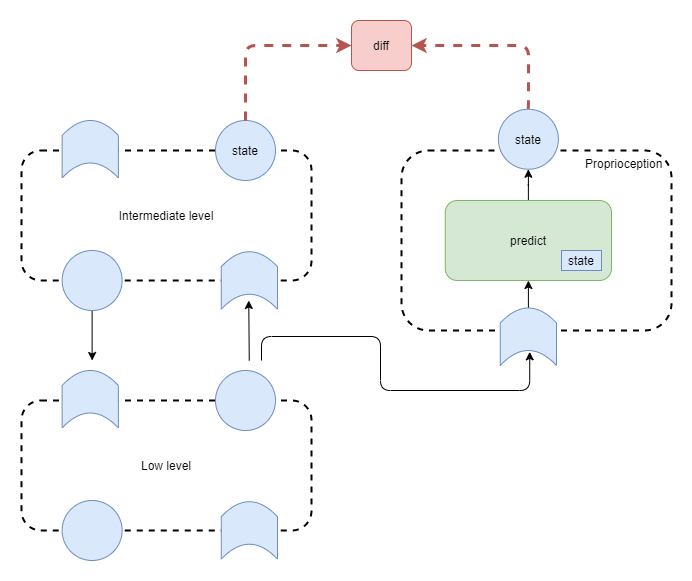
This is files/An-agi-architecture-v1-proprioception.png from malcolmlett/malcolmlett.github.io, a draw.io export, as it was before one commit. Source tidied: cells renumbered, new cells last; positions are measured from the earlier drawing's top-left corner, leaving out a move shared by most shapes.
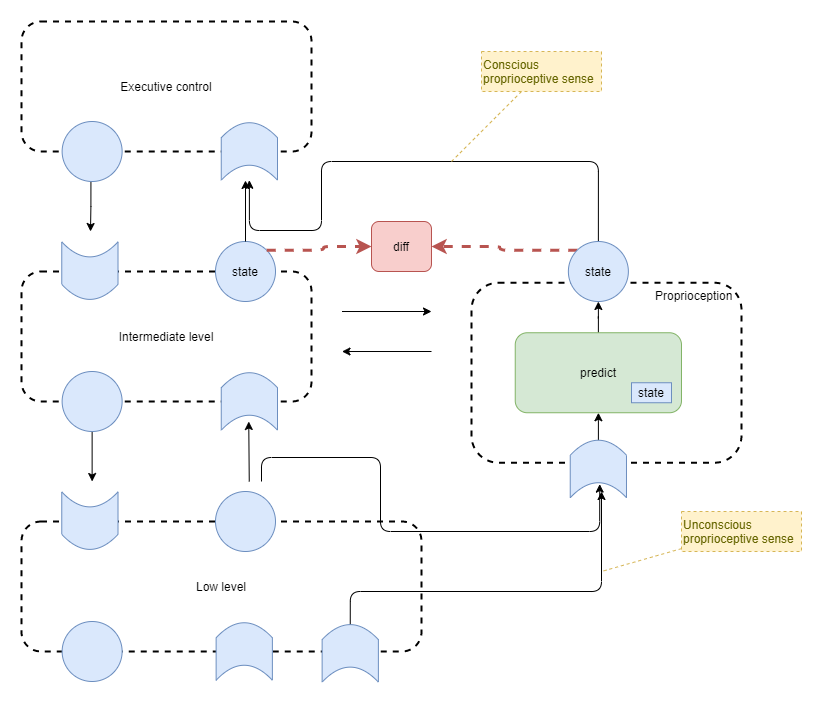
Later version of the same file.

Commit message:
Proprioception section

What changed in the source:
```diff
@@ -25,23 +25,23 @@
     <mxCell id="7" style="shape=dataStorage;whiteSpace=wrap;html=1;fixedSize=1;rounded=1;strokeWidth=1;fillColor=#dae8fc;strokeColor=#6c8ebf;rotation=90;size=15;horizontal=1;" parent="1" vertex="1">
       <mxGeometry x="199.1" y="231.9" width="57.5" height="56.2" as="geometry" />
     </mxCell>
-    <mxCell id="8" style="group;" parent="1" vertex="1">
+    <mxCell id="8" style="group;rotation=-180;" parent="1" vertex="1">
       <mxGeometry x="40.6" y="100" width="56.2" height="57.5" as="geometry" />
     </mxCell>
-    <mxCell id="9" style="shape=dataStorage;whiteSpace=wrap;html=1;fixedSize=1;rounded=1;strokeWidth=1;fillColor=#dae8fc;strokeColor=#6c8ebf;rotation=90;size=15;horizontal=1;" parent="8" vertex="1">
-      <mxGeometry x="-0.6" y="0.6" width="57.5" height="56.2" as="geometry" />
+    <mxCell id="9" style="shape=dataStorage;whiteSpace=wrap;html=1;fixedSize=1;rounded=1;strokeWidth=1;fillColor=#dae8fc;strokeColor=#6c8ebf;rotation=-90;size=15;horizontal=1;" parent="8" vertex="1">
+      <mxGeometry x="-1" y="1" width="57.5" height="56.2" as="geometry" />
     </mxCell>
-    <mxCell id="10" style="edgeStyle=orthogonalEdgeStyle;rounded=1;jettySize=auto;html=1;endArrow=classic;strokeWidth=3;fontSize=11;fontColor=#000000;exitX=0.5;exitY=0;exitDx=0;exitDy=0;dashed=1;strokeColor=#b85450;fillColor=#f8cecc;entryX=1;entryY=0.5;entryDx=0;entryDy=0;" parent="1" edge="1" source="20" target="12">
+    <mxCell id="10" style="edgeStyle=orthogonalEdgeStyle;rounded=1;jettySize=auto;html=1;endArrow=classic;strokeWidth=3;fontSize=11;fontColor=#000000;exitX=0;exitY=0;exitDx=0;exitDy=0;dashed=1;strokeColor=#b85450;fillColor=#f8cecc;entryX=1;entryY=0.5;entryDx=0;entryDy=0;" parent="1" edge="1" source="20" target="12">
       <mxGeometry relative="1" as="geometry" />
     </mxCell>
-    <mxCell id="11" style="edgeStyle=orthogonalEdgeStyle;jettySize=auto;html=1;endArrow=classic;strokeWidth=3;fontSize=11;fontColor=#000000;dashed=1;strokeColor=#b85450;fillColor=#f8cecc;rounded=1;exitX=0.5;exitY=0;exitDx=0;exitDy=0;entryX=0;entryY=0.5;entryDx=0;entryDy=0;" parent="1" edge="1" source="5" target="12">
+    <mxCell id="11" style="edgeStyle=orthogonalEdgeStyle;jettySize=auto;html=1;endArrow=classic;strokeWidth=3;fontSize=11;fontColor=#000000;dashed=1;strokeColor=#b85450;fillColor=#f8cecc;rounded=1;exitX=1;exitY=0;exitDx=0;exitDy=0;entryX=0;entryY=0.5;entryDx=0;entryDy=0;" parent="1" edge="1" source="5" target="12">
       <mxGeometry relative="1" as="geometry" />
     </mxCell>
     <mxCell id="12" value="diff" style="rounded=1;whiteSpace=wrap;html=1;fillColor=#f8cecc;strokeColor=#b85450;" parent="1" vertex="1">
-      <mxGeometry x="330" width="60" height="50" as="geometry" />
+      <mxGeometry x="350" y="80" width="60" height="50" as="geometry" />
     </mxCell>
     <mxCell id="13" value="Low level" style="rounded=1;whiteSpace=wrap;html=1;fillColor=none;dashed=1;strokeWidth=2;" parent="1" vertex="1">
-      <mxGeometry y="380" width="290" height="130" as="geometry" />
+      <mxGeometry y="380" width="400" height="130" as="geometry" />
     </mxCell>
     <mxCell id="14" style="ellipse;whiteSpace=wrap;html=1;rounded=1;strokeWidth=1;fillColor=#dae8fc;strokeColor=#6c8ebf;" parent="1" vertex="1">
       <mxGeometry x="40.6" y="480" width="60" height="60" as="geometry" />
@@ -50,19 +50,29 @@
       <mxGeometry x="194" y="350" width="60" height="60" as="geometry" />
     </mxCell>
     <mxCell id="16" style="shape=dataStorage;whiteSpace=wrap;html=1;fixedSize=1;rounded=1;strokeWidth=1;fillColor=#dae8fc;strokeColor=#6c8ebf;rotation=90;size=15;horizontal=1;" parent="1" vertex="1">
-      <mxGeometry x="199.1" y="481.9" width="57.5" height="56.2" as="geometry" />
+      <mxGeometry x="194" y="481.9" width="57.5" height="56.2" as="geometry" />
     </mxCell>
-    <mxCell id="17" style="group;" parent="1" vertex="1">
+    <mxCell id="17" style="group;rotation=-180;" parent="1" vertex="1">
       <mxGeometry x="40.6" y="350" width="56.2" height="57.5" as="geometry" />
     </mxCell>
-    <mxCell id="18" style="shape=dataStorage;whiteSpace=wrap;html=1;fixedSize=1;rounded=1;strokeWidth=1;fillColor=#dae8fc;strokeColor=#6c8ebf;rotation=90;size=15;horizontal=1;" parent="17" vertex="1">
-      <mxGeometry x="-0.6" y="0.6" width="57.5" height="56.2" as="geometry" />
+    <mxCell id="18" style="shape=dataStorage;whiteSpace=wrap;html=1;fixedSize=1;rounded=1;strokeWidth=1;fillColor=#dae8fc;strokeColor=#6c8ebf;rotation=-90;size=15;horizontal=1;" parent="17" vertex="1">
+      <mxGeometry x="-1" y="1" width="57.5" height="56.2" as="geometry" />
     </mxCell>
     <mxCell id="19" value="Proprioception&amp;nbsp;&amp;nbsp;" style="rounded=1;whiteSpace=wrap;html=1;fillColor=none;dashed=1;strokeWidth=2;verticalAlign=top;align=right;" parent="1" vertex="1">
-      <mxGeometry x="380" y="130" width="270" height="180" as="geometry" />
+      <mxGeometry x="450" y="141.2" width="270" height="180" as="geometry" />
     </mxCell>
+    <mxCell id="27" style="edgeStyle=orthogonalEdgeStyle;rounded=1;jettySize=auto;html=1;entryX=1;entryY=0.5;entryDx=0;entryDy=0;exitX=0.5;exitY=0;exitDx=0;exitDy=0;" parent="1" edge="1" source="20" target="32">
+      <mxGeometry relative="1" as="geometry">
+        <Array as="points">
+          <mxPoint x="577" y="20" />
+          <mxPoint x="300" y="20" />
+          <mxPoint x="300" y="89" />
+          <mxPoint x="228" y="89" />
+        </Array>
+      </mxGeometry>
+    </mxCell>
     <mxCell id="20" value="state" style="ellipse;whiteSpace=wrap;html=1;rounded=1;strokeWidth=1;fillColor=#dae8fc;strokeColor=#6c8ebf;" parent="1" vertex="1">
-      <mxGeometry x="476.9" y="88.8" width="60" height="60" as="geometry" />
+      <mxGeometry x="546.9" y="100" width="60" height="60" as="geometry" />
     </mxCell>
     <mxCell id="21" style="edgeStyle=orthogonalEdgeStyle;rounded=1;jettySize=auto;html=1;entryX=0.763;entryY=0.476;entryDx=0;entryDy=0;entryPerimeter=0;" parent="1" edge="1" target="23">
       <mxGeometry relative="1" as="geometry">
@@ -70,8 +80,8 @@
         <Array as="points">
           <mxPoint x="240" y="316" />
           <mxPoint x="359" y="316" />
-          <mxPoint x="359" y="370" />
-          <mxPoint x="508" y="370" />
+          <mxPoint x="359" y="390" />
+          <mxPoint x="578" y="390" />
         </Array>
       </mxGeometry>
     </mxCell>
@@ -79,16 +89,75 @@
       <mxGeometry relative="1" as="geometry" />
     </mxCell>
     <mxCell id="23" style="shape=dataStorage;whiteSpace=wrap;html=1;fixedSize=1;rounded=1;strokeWidth=1;fillColor=#dae8fc;strokeColor=#6c8ebf;rotation=90;size=15;horizontal=1;" parent="1" vertex="1">
-      <mxGeometry x="478.1" y="288.1" width="57.5" height="56.2" as="geometry" />
+      <mxGeometry x="548.1" y="299.4" width="57.5" height="56.2" as="geometry" />
     </mxCell>
     <mxCell id="24" style="edgeStyle=orthogonalEdgeStyle;curved=1;jettySize=auto;html=1;endArrow=classic;endFill=1;strokeWidth=1;fillColor=#DDEBFF;gradientColor=#6686B5;fontSize=17;fontColor=#000000;exitX=0.5;exitY=0;exitDx=0;exitDy=0;" parent="1" edge="1" source="25" target="20">
       <mxGeometry relative="1" as="geometry" />
     </mxCell>
     <mxCell id="25" value="predict" style="rounded=1;whiteSpace=wrap;html=1;fillColor=#d5e8d4;strokeColor=#82b366;verticalAlign=middle;" parent="1" vertex="1">
-      <mxGeometry x="423.7" y="180" width="166.2" height="80" as="geometry" />
+      <mxGeometry x="493.7" y="191.2" width="166.2" height="80" as="geometry" />
     </mxCell>
     <mxCell id="26" value="state" style="rounded=0;whiteSpace=wrap;html=1;fillColor=#dae8fc;strokeColor=#6c8ebf;fontSize=12;" parent="1" vertex="1">
-      <mxGeometry x="540" y="230" width="40" height="20" as="geometry" />
+      <mxGeometry x="610" y="241.2" width="40" height="20" as="geometry" />
     </mxCell>
+    <mxCell id="28" value="Executive control" style="rounded=1;whiteSpace=wrap;html=1;fillColor=none;dashed=1;strokeWidth=2;" parent="1" vertex="1">
+      <mxGeometry y="-120" width="290" height="130" as="geometry" />
+    </mxCell>
+    <mxCell id="29" style="edgeStyle=orthogonalEdgeStyle;rounded=0;jettySize=auto;html=1;exitX=0.48;exitY=1;exitDx=0;exitDy=0;exitPerimeter=0;" parent="1" edge="1" source="30">
+      <mxGeometry relative="1" as="geometry">
+        <mxPoint x="69" y="90" as="targetPoint" />
+      </mxGeometry>
+    </mxCell>
+    <mxCell id="30" style="ellipse;whiteSpace=wrap;html=1;rounded=1;strokeWidth=1;fillColor=#dae8fc;strokeColor=#6c8ebf;" parent="1" vertex="1">
+      <mxGeometry x="40.6" y="-20" width="60" height="60" as="geometry" />
+    </mxCell>
+    <mxCell id="31" style="edgeStyle=orthogonalEdgeStyle;rounded=0;jettySize=auto;html=1;entryX=0.5;entryY=0;entryDx=0;entryDy=0;exitX=0.5;exitY=0;exitDx=0;exitDy=0;" parent="1" edge="1" source="5">
+      <mxGeometry relative="1" as="geometry">
+        <mxPoint x="224" y="39" as="targetPoint" />
+      </mxGeometry>
+    </mxCell>
+    <mxCell id="32" style="shape=dataStorage;whiteSpace=wrap;html=1;fixedSize=1;rounded=1;strokeWidth=1;fillColor=#dae8fc;strokeColor=#6c8ebf;rotation=90;size=15;horizontal=1;" parent="1" vertex="1">
+      <mxGeometry x="199.1" y="-18.1" width="57.5" height="56.2" as="geometry" />
+    </mxCell>
+    <mxCell id="33" style="edgeStyle=none;rounded=0;orthogonalLoop=1;jettySize=auto;html=1;" parent="1" edge="1">
+      <mxGeometry relative="1" as="geometry">
+        <mxPoint x="320.5" y="170" as="sourcePoint" />
+        <mxPoint x="410" y="170" as="targetPoint" />
+      </mxGeometry>
+    </mxCell>
+    <mxCell id="34" style="edgeStyle=none;rounded=0;orthogonalLoop=1;jettySize=auto;html=1;" parent="1" edge="1">
+      <mxGeometry relative="1" as="geometry">
+        <mxPoint x="410" y="210" as="sourcePoint" />
+        <mxPoint x="320.5" y="210" as="targetPoint" />
+      </mxGeometry>
+    </mxCell>
+    <mxCell id="35" value="Conscious proprioceptive sense" style="rounded=0;whiteSpace=wrap;html=1;align=left;fillColor=#fff2cc;strokeColor=#d6b656;fontColor=#666600;dashed=1;" parent="1" vertex="1">
+      <mxGeometry x="460" y="-90" width="120" height="40" as="geometry" />
+    </mxCell>
+    <mxCell id="36" style="rounded=0;jumpStyle=arc;jettySize=auto;html=1;strokeWidth=1;fontColor=#666600;dashed=1;strokeColor=#d6b656;fillColor=#fff2cc;endArrow=none;endFill=0;" parent="1" edge="1" source="35">
+      <mxGeometry relative="1" as="geometry">
+        <mxPoint x="430" y="20" as="targetPoint" />
+      </mxGeometry>
+    </mxCell>
+    <mxCell id="37" style="edgeStyle=orthogonalEdgeStyle;rounded=1;jettySize=auto;html=1;exitX=0;exitY=0.5;exitDx=0;exitDy=0;" parent="1" edge="1" source="40">
+      <mxGeometry relative="1" as="geometry">
+        <mxPoint x="580" y="350" as="targetPoint" />
+        <Array as="points">
+          <mxPoint x="329" y="450" />
+          <mxPoint x="580" y="450" />
+        </Array>
+      </mxGeometry>
+    </mxCell>
+    <mxCell id="38" value="Unconscious proprioceptive sense" style="rounded=0;whiteSpace=wrap;html=1;align=left;fillColor=#fff2cc;strokeColor=#d6b656;fontColor=#666600;dashed=1;" parent="1" vertex="1">
+      <mxGeometry x="660" y="370" width="120" height="40" as="geometry" />
+    </mxCell>
+    <mxCell id="39" style="rounded=0;jumpStyle=arc;jettySize=auto;html=1;strokeWidth=1;fontColor=#666600;dashed=1;strokeColor=#d6b656;fillColor=#fff2cc;endArrow=none;endFill=0;" parent="1" edge="1" source="38">
+      <mxGeometry relative="1" as="geometry">
+        <mxPoint x="580" y="430" as="targetPoint" />
+      </mxGeometry>
+    </mxCell>
+    <mxCell id="40" style="shape=dataStorage;whiteSpace=wrap;html=1;fixedSize=1;rounded=1;strokeWidth=1;fillColor=#dae8fc;strokeColor=#6c8ebf;rotation=90;size=15;horizontal=1;" parent="1" vertex="1">
+      <mxGeometry x="300" y="483.8" width="57.5" height="56.2" as="geometry" />
+    </mxCell>
   </root>
 </mxGraphModel>
```
